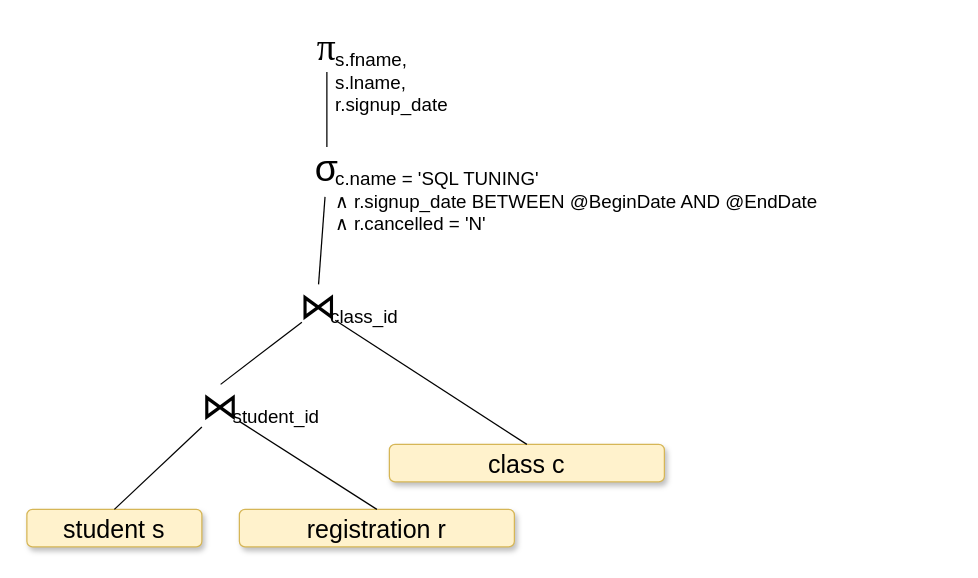
Above: page "TH 1: raw" (1 of 4) of SQLTurning.drawio in nguyenhuy158/diagrams (draw.io), before the change. Source tidied: cells renumbered, new cells numbered last; positions are measured from the earlier drawing's top-left corner, leaving out a move shared by most shapes. Both pictures are drawn from the tidied source at 125%, with x=0, y=0 at pixel (26, 21).
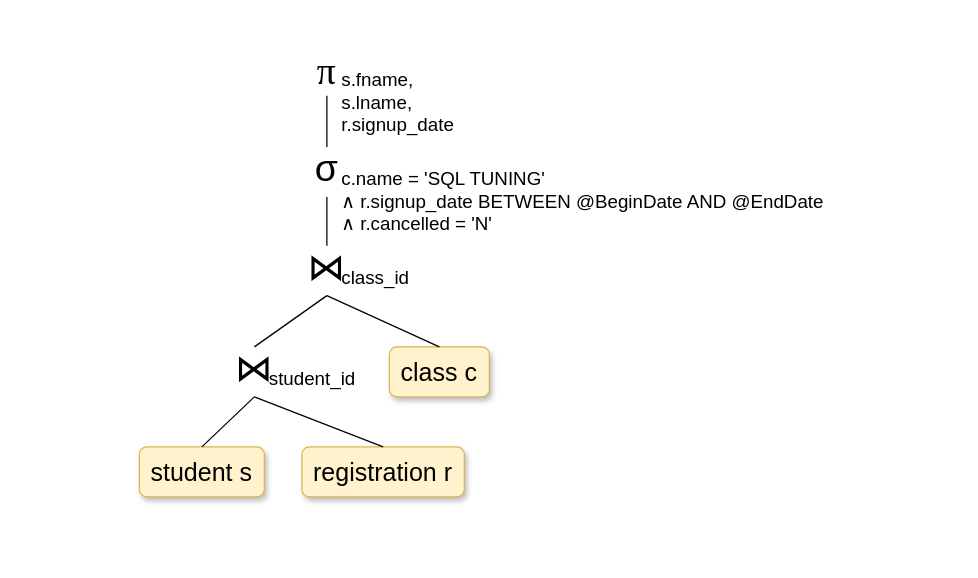
After the change.

Diff of the diagram source:
```diff
@@
     <mxCell id="2" value="student s" style="text;html=1;strokeColor=#d6b656;fillColor=#fff2cc;align=center;verticalAlign=middle;whiteSpace=wrap;rounded=1;fontSize=20;shadow=1;sketch=0;glass=0;" parent="1" vertex="1">
-      <mxGeometry y="390" width="140" height="30" as="geometry" />
+      <mxGeometry x="90" y="340" width="100" height="40" as="geometry" />
     </mxCell>
     <mxCell id="3" value="registration r" style="text;html=1;strokeColor=#d6b656;fillColor=#fff2cc;align=center;verticalAlign=middle;whiteSpace=wrap;rounded=1;fontSize=20;shadow=1;sketch=0;glass=0;" parent="1" vertex="1">
-      <mxGeometry x="170" y="390" width="220" height="30" as="geometry" />
+      <mxGeometry x="220" y="340" width="130" height="40" as="geometry" />
     </mxCell>
     <mxCell id="4" value="class c" style="text;html=1;strokeColor=#d6b656;fillColor=#fff2cc;align=center;verticalAlign=middle;whiteSpace=wrap;rounded=1;fontSize=20;shadow=1;sketch=0;glass=0;" parent="1" vertex="1">
-      <mxGeometry x="290" y="338" width="220" height="30" as="geometry" />
+      <mxGeometry x="290" y="260" width="80" height="40" as="geometry" />
     </mxCell>
@@
-    <mxCell id="6" style="rounded=0;jettySize=auto;html=1;entryX=0.5;entryY=0;entryDx=0;entryDy=0;endArrow=none;endFill=0;" parent="1" edge="1" source="8" target="11">
+    <mxCell id="6" style="rounded=0;jettySize=auto;html=1;entryX=0.5;entryY=0;entryDx=0;entryDy=0;endArrow=none;endFill=0;exitX=0.5;exitY=1;exitDx=0;exitDy=0;" parent="1" edge="1" source="8" target="11">
       <mxGeometry relative="1" as="geometry" />
     </mxCell>
-    <mxCell id="7" style="group;" parent="1" vertex="1">
-      <mxGeometry x="220" width="260" height="100" as="geometry" />
-    </mxCell>
-    <mxCell id="8" value="&lt;span id=&quot;docs-internal-guid-24cfe74f-7fff-80c8-4b2b-47ca78d1e50c&quot; style=&quot;font-size: 30px;&quot;&gt;&lt;span style=&quot;font-size: 30px; font-family: &amp;quot;Times New Roman&amp;quot;; background-color: transparent; font-variant-numeric: normal; font-variant-east-asian: normal;&quot;&gt;π&lt;/span&gt;&lt;/span&gt;" style="text;html=1;strokeColor=none;fillColor=none;align=center;verticalAlign=middle;whiteSpace=wrap;rounded=0;fontSize=30;" parent="7" vertex="1">
-      <mxGeometry width="40" height="40" as="geometry" />
-    </mxCell>
-    <mxCell id="9" value="&lt;div style=&quot;&quot;&gt;s.fname,&lt;/div&gt;&lt;div style=&quot;&quot;&gt;s.lname,&lt;/div&gt;&lt;div style=&quot;&quot;&gt;r.signup_date&lt;br&gt;&lt;/div&gt;" style="text;html=1;strokeColor=none;fillColor=none;align=left;verticalAlign=middle;whiteSpace=wrap;rounded=0;fontSize=15;" parent="7" vertex="1">
-      <mxGeometry x="25" y="17" width="230" height="61" as="geometry" />
-    </mxCell>
-    <mxCell id="10" style="group;" parent="1" vertex="1">
-      <mxGeometry x="220" y="100" width="470" height="110" as="geometry" />
-    </mxCell>
-    <mxCell id="11" value="σ&lt;sub&gt;&lt;br&gt;&lt;/sub&gt;" style="text;html=1;strokeColor=none;fillColor=none;align=center;verticalAlign=middle;whiteSpace=wrap;rounded=0;fontSize=30;" parent="10" vertex="1">
-      <mxGeometry width="40" height="40" as="geometry" />
-    </mxCell>
-    <mxCell id="12" value="&lt;div style=&quot;&quot;&gt;&lt;div style=&quot;&quot;&gt;c.name = 'SQL TUNING'&lt;/div&gt;&lt;div style=&quot;&quot;&gt;∧ r.signup_date BETWEEN @BeginDate AND @EndDate&amp;nbsp;&lt;/div&gt;&lt;div style=&quot;&quot;&gt;∧ r.cancelled = 'N'&lt;/div&gt;&lt;/div&gt;" style="text;html=1;strokeColor=none;fillColor=none;align=left;verticalAlign=middle;whiteSpace=wrap;rounded=0;fontSize=15;" parent="10" vertex="1">
-      <mxGeometry x="25" y="14" width="440" height="57" as="geometry" />
-    </mxCell>
-    <mxCell id="13" style="group;" parent="1" vertex="1">
-      <mxGeometry x="220" y="210" width="80" height="40" as="geometry" />
-    </mxCell>
-    <mxCell id="14" value="⋈&lt;sub&gt;&lt;br&gt;&lt;/sub&gt;" style="text;html=1;strokeColor=none;fillColor=none;align=center;verticalAlign=middle;whiteSpace=wrap;rounded=0;fontSize=30;" parent="13" vertex="1">
-      <mxGeometry width="26.7" height="40" as="geometry" />
-    </mxCell>
-    <mxCell id="15" value="&lt;div style=&quot;&quot;&gt;class_id&lt;br&gt;&lt;/div&gt;" style="text;html=1;strokeColor=none;fillColor=none;align=left;verticalAlign=middle;whiteSpace=wrap;rounded=0;fontSize=15;" parent="13" vertex="1">
-      <mxGeometry x="20.6" y="15" width="59.5" height="20" as="geometry" />
-    </mxCell>
-    <mxCell id="16" style="group;" parent="1" vertex="1">
-      <mxGeometry x="140" y="290" width="100" height="40" as="geometry" />
-    </mxCell>
-    <mxCell id="17" value="⋈&lt;sub&gt;&lt;br&gt;&lt;/sub&gt;" style="text;html=1;strokeColor=none;fillColor=none;align=center;verticalAlign=middle;whiteSpace=wrap;rounded=0;fontSize=30;" parent="16" vertex="1">
-      <mxGeometry width="30" height="40" as="geometry" />
-    </mxCell>
-    <mxCell id="18" value="&lt;div style=&quot;&quot;&gt;student_id&lt;br&gt;&lt;/div&gt;" style="text;html=1;strokeColor=none;fillColor=none;align=left;verticalAlign=middle;whiteSpace=wrap;rounded=0;fontSize=15;" parent="16" vertex="1">
-      <mxGeometry x="23.1" y="15" width="76.9" height="20" as="geometry" />
-    </mxCell>
@@
-    <mxCell id="20" style="edgeStyle=none;rounded=0;sketch=0;jettySize=auto;html=1;entryX=0.5;entryY=0;entryDx=0;entryDy=0;shadow=0;fontSize=20;endArrow=none;endFill=0;" parent="1" edge="1" source="14" target="17">
+    <mxCell id="20" style="edgeStyle=none;rounded=0;sketch=0;jettySize=auto;html=1;entryX=0.5;entryY=0;entryDx=0;entryDy=0;shadow=0;fontSize=20;endArrow=none;endFill=0;exitX=0.5;exitY=1;exitDx=0;exitDy=0;" parent="1" edge="1" source="14" target="17">
       <mxGeometry relative="1" as="geometry" />
     </mxCell>
-    <mxCell id="21" style="edgeStyle=none;rounded=0;sketch=0;jettySize=auto;html=1;entryX=0.5;entryY=0;entryDx=0;entryDy=0;shadow=0;fontSize=20;endArrow=none;endFill=0;" parent="1" edge="1" source="17" target="2">
+    <mxCell id="21" style="edgeStyle=none;rounded=0;sketch=0;jettySize=auto;html=1;entryX=0.5;entryY=0;entryDx=0;entryDy=0;shadow=0;fontSize=20;endArrow=none;endFill=0;exitX=0.5;exitY=1;exitDx=0;exitDy=0;" parent="1" edge="1" source="17" target="2">
       <mxGeometry relative="1" as="geometry" />
     </mxCell>
-    <mxCell id="22" style="edgeStyle=none;rounded=0;sketch=0;jettySize=auto;html=1;entryX=0.5;entryY=0;entryDx=0;entryDy=0;shadow=0;fontSize=20;endArrow=none;endFill=0;" parent="1" edge="1" source="17" target="3">
+    <mxCell id="22" style="edgeStyle=none;rounded=0;sketch=0;jettySize=auto;html=1;entryX=0.5;entryY=0;entryDx=0;entryDy=0;shadow=0;fontSize=20;endArrow=none;endFill=0;exitX=0.5;exitY=1;exitDx=0;exitDy=0;" parent="1" edge="1" source="17" target="3">
       <mxGeometry relative="1" as="geometry" />
     </mxCell>
-    <mxCell id="23" style="edgeStyle=none;rounded=0;sketch=0;jettySize=auto;html=1;entryX=0.5;entryY=0;entryDx=0;entryDy=0;shadow=0;fontSize=20;endArrow=none;endFill=0;" parent="1" edge="1" source="14" target="4">
+    <mxCell id="23" style="edgeStyle=none;rounded=0;sketch=0;jettySize=auto;html=1;entryX=0.5;entryY=0;entryDx=0;entryDy=0;shadow=0;fontSize=20;endArrow=none;endFill=0;exitX=0.5;exitY=1;exitDx=0;exitDy=0;" parent="1" edge="1" source="14" target="4">
       <mxGeometry relative="1" as="geometry" />
     </mxCell>
+    <mxCell id="8" value="&lt;span id=&quot;docs-internal-guid-24cfe74f-7fff-80c8-4b2b-47ca78d1e50c&quot; style=&quot;font-size: 30px;&quot;&gt;&lt;span style=&quot;font-size: 30px; font-family: &amp;quot;Times New Roman&amp;quot;; background-color: transparent; font-variant-numeric: normal; font-variant-east-asian: normal;&quot;&gt;π&lt;/span&gt;&lt;/span&gt;" style="text;html=1;strokeColor=none;fillColor=none;align=center;verticalAlign=middle;whiteSpace=wrap;rounded=0;fontSize=30;" parent="1" vertex="1">
+      <mxGeometry x="220" y="19" width="40" height="40" as="geometry" />
+    </mxCell>
+    <mxCell id="9" value="&lt;div style=&quot;&quot;&gt;s.fname,&lt;/div&gt;&lt;div style=&quot;&quot;&gt;s.lname,&lt;/div&gt;&lt;div style=&quot;&quot;&gt;r.signup_date&lt;br&gt;&lt;/div&gt;" style="text;html=1;strokeColor=none;fillColor=none;align=left;verticalAlign=middle;whiteSpace=wrap;rounded=0;fontSize=15;" parent="1" vertex="1">
+      <mxGeometry x="250" y="29" width="110" height="70" as="geometry" />
+    </mxCell>
+    <mxCell id="14" value="⋈&lt;sub&gt;&lt;br&gt;&lt;/sub&gt;" style="text;html=1;strokeColor=none;fillColor=none;align=center;verticalAlign=middle;whiteSpace=wrap;rounded=0;fontSize=30;" parent="1" vertex="1">
+      <mxGeometry x="220" y="179" width="40" height="40" as="geometry" />
+    </mxCell>
+    <mxCell id="15" value="&lt;div style=&quot;&quot;&gt;class_id&lt;br&gt;&lt;/div&gt;" style="text;html=1;strokeColor=none;fillColor=none;align=left;verticalAlign=middle;whiteSpace=wrap;rounded=0;fontSize=15;" parent="1" vertex="1">
+      <mxGeometry x="250" y="189" width="80" height="30" as="geometry" />
+    </mxCell>
+    <mxCell id="11" value="σ&lt;sub&gt;&lt;br&gt;&lt;/sub&gt;" style="text;html=1;strokeColor=none;fillColor=none;align=center;verticalAlign=middle;whiteSpace=wrap;rounded=0;fontSize=30;" parent="1" vertex="1">
+      <mxGeometry x="220" y="100" width="40" height="40" as="geometry" />
+    </mxCell>
+    <mxCell id="12" value="&lt;div style=&quot;&quot;&gt;&lt;div style=&quot;&quot;&gt;c.name = 'SQL TUNING'&lt;/div&gt;&lt;div style=&quot;&quot;&gt;∧ r.signup_date BETWEEN @BeginDate AND @EndDate&amp;nbsp;&lt;/div&gt;&lt;div style=&quot;&quot;&gt;∧ r.cancelled = 'N'&lt;/div&gt;&lt;/div&gt;" style="text;html=1;strokeColor=none;fillColor=none;align=left;verticalAlign=middle;whiteSpace=wrap;rounded=0;fontSize=15;" parent="1" vertex="1">
+      <mxGeometry x="250" y="108" width="410" height="70" as="geometry" />
+    </mxCell>
+    <mxCell id="17" value="⋈&lt;sub&gt;&lt;br&gt;&lt;/sub&gt;" style="text;html=1;strokeColor=none;fillColor=none;align=center;verticalAlign=middle;whiteSpace=wrap;rounded=0;fontSize=30;" parent="1" vertex="1">
+      <mxGeometry x="162" y="260" width="40" height="40" as="geometry" />
+    </mxCell>
+    <mxCell id="18" value="&lt;div style=&quot;&quot;&gt;student_id&lt;br&gt;&lt;/div&gt;" style="text;html=1;strokeColor=none;fillColor=none;align=left;verticalAlign=middle;whiteSpace=wrap;rounded=0;fontSize=15;" parent="1" vertex="1">
+      <mxGeometry x="192" y="270" width="90" height="30" as="geometry" />
+    </mxCell>
```
